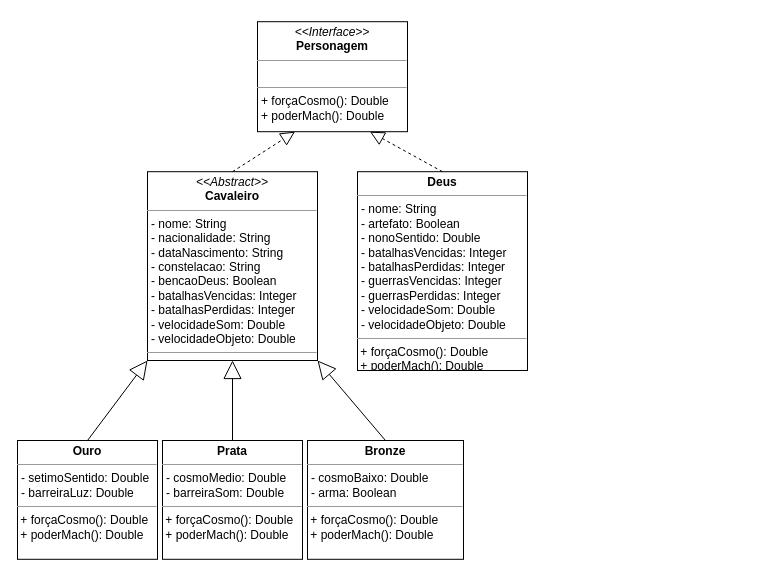
Above: Diagrama/Diagrama AC1.drawio in carrera-gabriel/projeto-api-ac1 (draw.io), before the change. Source tidied: cells renumbered, new cells numbered last; positions are measured from the earlier drawing's top-left corner, leaving out a move shared by most shapes. Both pictures are drawn from the tidied source at 100%, with x=0, y=0 at pixel (17, 21).
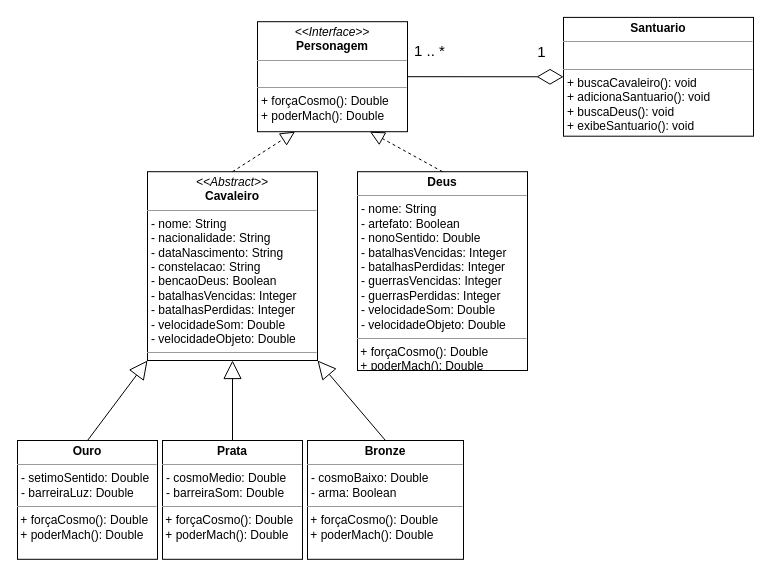
Above is the later version.

What changed in the source:
```diff
@@
 <mxGraphModel>
   <root>
     <mxCell id="0" />
     <mxCell id="1" parent="0" />
     <mxCell id="2" value="&lt;p style=&quot;margin: 0px ; margin-top: 4px ; text-align: center&quot;&gt;&lt;i&gt;&amp;lt;&amp;lt;Interface&amp;gt;&amp;gt;&lt;/i&gt;&lt;br&gt;&lt;b&gt;Personagem&lt;/b&gt;&lt;/p&gt;&lt;hr size=&quot;1&quot;&gt;&lt;p style=&quot;margin: 0px ; margin-left: 4px&quot;&gt;&lt;br&gt;&lt;/p&gt;&lt;hr size=&quot;1&quot;&gt;&lt;p style=&quot;margin: 0px ; margin-left: 4px&quot;&gt;+ forçaCosmo(): Double&lt;br&gt;+ poderMach(): Double&lt;/p&gt;" style="verticalAlign=top;align=left;overflow=fill;fontSize=12;fontFamily=Helvetica;html=1;" parent="1" vertex="1">
       <mxGeometry x="240" y="0.2" width="150" height="110" as="geometry" />
     </mxCell>
     <mxCell id="3" value="&lt;p style=&quot;margin: 0px ; margin-top: 4px ; text-align: center&quot;&gt;&lt;i&gt;&amp;lt;&amp;lt;Abstract&amp;gt;&amp;gt;&lt;/i&gt;&lt;br&gt;&lt;b&gt;Cavaleiro&lt;/b&gt;&lt;/p&gt;&lt;hr size=&quot;1&quot;&gt;&lt;p style=&quot;margin: 0px ; margin-left: 4px&quot;&gt;- nome: String&lt;br&gt;- nacionalidade: String&lt;/p&gt;&lt;p style=&quot;margin: 0px ; margin-left: 4px&quot;&gt;- dataNascimento: String&lt;/p&gt;&lt;p style=&quot;margin: 0px ; margin-left: 4px&quot;&gt;- constelacao: String&lt;/p&gt;&lt;p style=&quot;margin: 0px ; margin-left: 4px&quot;&gt;- bencaoDeus: Boolean&lt;/p&gt;&lt;p style=&quot;margin: 0px ; margin-left: 4px&quot;&gt;- batalhasVencidas: Integer&lt;br&gt;- batalhasPerdidas: Integer&lt;/p&gt;&lt;p style=&quot;margin: 0px 0px 0px 4px&quot;&gt;- velocidadeSom: Double&lt;/p&gt;&lt;p style=&quot;margin: 0px 0px 0px 4px&quot;&gt;- velocidadeObjeto: Double&lt;/p&gt;&lt;hr size=&quot;1&quot;&gt;&lt;p style=&quot;margin: 0px ; margin-left: 4px&quot;&gt;&lt;br&gt;&lt;/p&gt;" style="verticalAlign=top;align=left;overflow=fill;fontSize=12;fontFamily=Helvetica;html=1;" parent="1" vertex="1">
       <mxGeometry x="130" y="150.2" width="170" height="188.8" as="geometry" />
     </mxCell>
     <mxCell id="4" value="&lt;p style=&quot;margin: 0px ; margin-top: 4px ; text-align: center&quot;&gt;&lt;b&gt;Deus&lt;/b&gt;&lt;/p&gt;&lt;hr size=&quot;1&quot;&gt;&lt;p style=&quot;margin: 0px ; margin-left: 4px&quot;&gt;- nome: String&lt;br&gt;- artefato: Boolean&lt;/p&gt;&lt;p style=&quot;margin: 0px ; margin-left: 4px&quot;&gt;- nonoSentido: Double&lt;/p&gt;&lt;p style=&quot;margin: 0px ; margin-left: 4px&quot;&gt;- batalhasVencidas: Integer&lt;br&gt;- batalhasPerdidas: Integer&lt;br&gt;&lt;/p&gt;&lt;p style=&quot;margin: 0px ; margin-left: 4px&quot;&gt;- guerrasVencidas: Integer&lt;/p&gt;&lt;p style=&quot;margin: 0px ; margin-left: 4px&quot;&gt;- guerrasPerdidas: Integer&lt;/p&gt;&lt;p style=&quot;margin: 0px ; margin-left: 4px&quot;&gt;- velocidadeSom: Double&lt;/p&gt;&lt;p style=&quot;margin: 0px ; margin-left: 4px&quot;&gt;- velocidadeObjeto: Double&lt;/p&gt;&lt;hr size=&quot;1&quot;&gt;&amp;nbsp;+ forçaCosmo(): Double&lt;br&gt;&amp;nbsp;+ poderMach(): Double&lt;br&gt;" style="verticalAlign=top;align=left;overflow=fill;fontSize=12;fontFamily=Helvetica;html=1;" parent="1" vertex="1">
       <mxGeometry x="340" y="150.2" width="170" height="198.8" as="geometry" />
     </mxCell>
     <mxCell id="5" value="&lt;p style=&quot;margin: 0px ; margin-top: 4px ; text-align: center&quot;&gt;&lt;b&gt;Bronze&lt;/b&gt;&lt;/p&gt;&lt;hr size=&quot;1&quot;&gt;&lt;p style=&quot;margin: 0px ; margin-left: 4px&quot;&gt;- cosmoBaixo: Double&lt;/p&gt;&lt;p style=&quot;margin: 0px ; margin-left: 4px&quot;&gt;&lt;span&gt;- arma: Boolean&lt;/span&gt;&lt;/p&gt;&lt;hr size=&quot;1&quot;&gt;&amp;nbsp;+ forçaCosmo(): Double&lt;br&gt;&amp;nbsp;+ poderMach(): Double&lt;br&gt;&amp;nbsp;" style="verticalAlign=top;align=left;overflow=fill;fontSize=12;fontFamily=Helvetica;html=1;" parent="1" vertex="1">
       <mxGeometry x="290" y="419" width="156" height="118.8" as="geometry" />
     </mxCell>
     <mxCell id="6" value="&lt;p style=&quot;margin: 0px ; margin-top: 4px ; text-align: center&quot;&gt;&lt;b&gt;Prata&lt;/b&gt;&lt;/p&gt;&lt;hr size=&quot;1&quot;&gt;&lt;p style=&quot;margin: 0px ; margin-left: 4px&quot;&gt;- cosmoMedio: Double&lt;br&gt;- barreiraSom: Double&lt;/p&gt;&lt;hr size=&quot;1&quot;&gt;&amp;nbsp;+ forçaCosmo(): Double&lt;br&gt;&amp;nbsp;+ poderMach(): Double&lt;br&gt;&amp;nbsp;" style="verticalAlign=top;align=left;overflow=fill;fontSize=12;fontFamily=Helvetica;html=1;" parent="1" vertex="1">
       <mxGeometry x="145" y="419" width="140" height="118.8" as="geometry" />
     </mxCell>
     <mxCell id="7" value="&lt;p style=&quot;margin: 0px ; margin-top: 4px ; text-align: center&quot;&gt;&lt;b&gt;Ouro&lt;/b&gt;&lt;/p&gt;&lt;hr size=&quot;1&quot;&gt;&lt;p style=&quot;margin: 0px ; margin-left: 4px&quot;&gt;- setimoSentido: Double&lt;/p&gt;&lt;p style=&quot;margin: 0px ; margin-left: 4px&quot;&gt;- barreiraLuz: Double&lt;/p&gt;&lt;hr size=&quot;1&quot;&gt;&amp;nbsp;+ forçaCosmo(): Double&lt;br&gt;&amp;nbsp;+ poderMach(): Double&lt;br&gt;" style="verticalAlign=top;align=left;overflow=fill;fontSize=12;fontFamily=Helvetica;html=1;" parent="1" vertex="1">
       <mxGeometry y="419" width="140" height="118.8" as="geometry" />
     </mxCell>
     <mxCell id="8" style="endArrow=block;dashed=1;endFill=0;endSize=12;html=1;entryX=0.75;entryY=1;entryDx=0;entryDy=0;exitX=0.5;exitY=0;exitDx=0;exitDy=0;" parent="1" edge="1" source="4" target="2">
       <mxGeometry relative="1" as="geometry" />
     </mxCell>
     <mxCell id="9" style="endArrow=block;dashed=1;endFill=0;endSize=12;html=1;entryX=0.25;entryY=1;entryDx=0;entryDy=0;exitX=0.5;exitY=0;exitDx=0;exitDy=0;" parent="1" edge="1" source="3" target="2">
       <mxGeometry relative="1" as="geometry" />
     </mxCell>
     <mxCell id="10" style="endArrow=block;endSize=16;endFill=0;html=1;entryX=0;entryY=1;entryDx=0;entryDy=0;exitX=0.5;exitY=0;exitDx=0;exitDy=0;" parent="1" edge="1" source="7" target="3">
       <mxGeometry relative="1" as="geometry" />
     </mxCell>
     <mxCell id="11" style="endArrow=block;endSize=16;endFill=0;html=1;entryX=0.5;entryY=1;entryDx=0;entryDy=0;exitX=0.5;exitY=0;exitDx=0;exitDy=0;" parent="1" edge="1" source="6" target="3">
       <mxGeometry relative="1" as="geometry" />
     </mxCell>
     <mxCell id="12" style="endArrow=block;endSize=16;endFill=0;html=1;entryX=1;entryY=1;entryDx=0;entryDy=0;exitX=0.5;exitY=0;exitDx=0;exitDy=0;" parent="1" edge="1" source="5" target="3">
       <mxGeometry relative="1" as="geometry" />
     </mxCell>
+    <mxCell id="13" value="&lt;p style=&quot;margin: 0px ; margin-top: 4px ; text-align: center&quot;&gt;&lt;b&gt;Santuario&lt;/b&gt;&lt;/p&gt;&lt;hr size=&quot;1&quot;&gt;&lt;p style=&quot;margin: 0px ; margin-left: 4px&quot;&gt;&lt;br&gt;&lt;/p&gt;&lt;hr size=&quot;1&quot;&gt;&lt;p style=&quot;margin: 0px ; margin-left: 4px&quot;&gt;+ buscaCavaleiro(): void&lt;br&gt;&lt;/p&gt;&lt;p style=&quot;margin: 0px ; margin-left: 4px&quot;&gt;+ adicionaSantuario(): void&lt;/p&gt;&lt;p style=&quot;margin: 0px ; margin-left: 4px&quot;&gt;+ buscaDeus(): void&lt;/p&gt;&lt;p style=&quot;margin: 0px ; margin-left: 4px&quot;&gt;+ exibeSantuario(): void&lt;/p&gt;" style="verticalAlign=top;align=left;overflow=fill;fontSize=12;fontFamily=Helvetica;html=1;" parent="1" vertex="1">
+      <mxGeometry x="546" y="-4.1" width="190" height="118.8" as="geometry" />
+    </mxCell>
+    <mxCell id="14" style="endArrow=diamondThin;endFill=0;endSize=24;html=1;entryX=0;entryY=0.5;entryDx=0;entryDy=0;exitX=1;exitY=0.5;exitDx=0;exitDy=0;" parent="1" edge="1" source="2" target="13">
+      <mxGeometry relative="1" as="geometry" />
+    </mxCell>
+    <mxCell id="15" value="&lt;font style=&quot;font-size: 15px&quot;&gt;1&lt;/font&gt;" style="edgeLabel;html=1;align=center;verticalAlign=middle;" parent="14" vertex="1">
+      <mxGeometry x="0.72" y="-1" relative="1" as="geometry">
+        <mxPoint y="-27.2" as="offset" />
+      </mxGeometry>
+    </mxCell>
+    <mxCell id="16" value="&lt;font style=&quot;font-size: 15px&quot;&gt;1 .. *&lt;/font&gt;" style="edgeLabel;html=1;align=center;verticalAlign=middle;" parent="1" vertex="1">
+      <mxGeometry x="476" y="29" as="geometry">
+        <mxPoint x="-65" y="-1" as="offset" />
+      </mxGeometry>
+    </mxCell>
   </root>
 </mxGraphModel>
```
